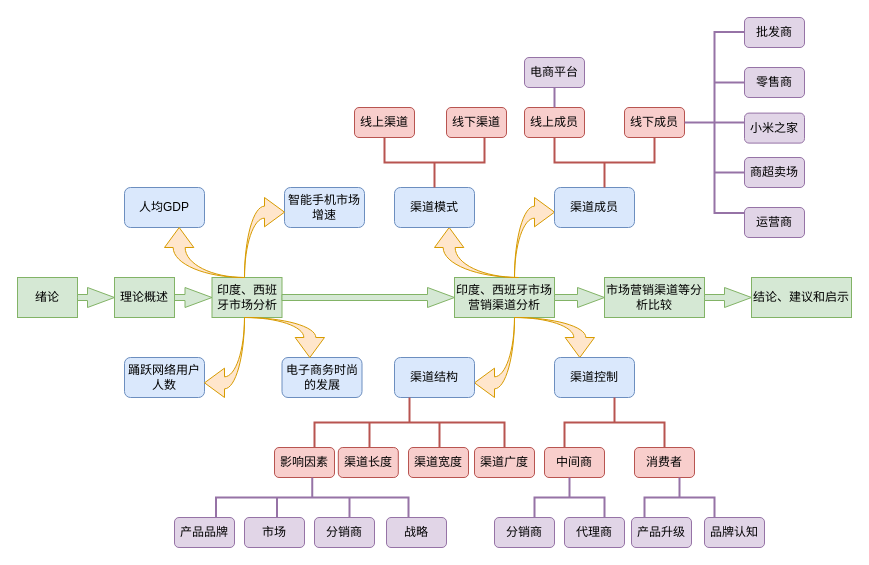
zengjiamin8436/cexample keeps this draw.io diagram as Untitled Diagram.drawio. Above is the earlier version. Source tidied: cells renumbered, new cells numbered last; positions are measured from the earlier drawing's top-left corner, leaving out a move shared by most shapes. Both pictures are drawn from the tidied source at 100%, with x=0, y=0 at pixel (17, 17).
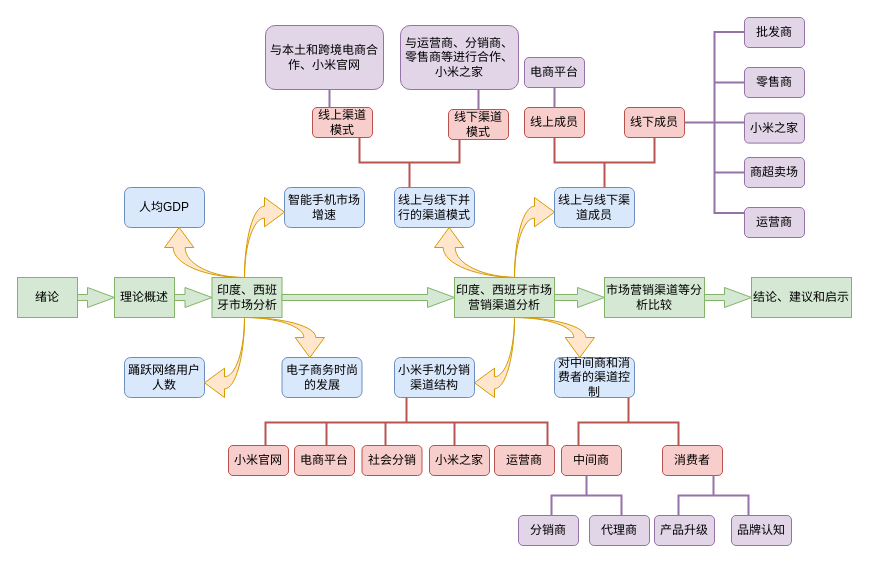
The same page after the edit.

Change to the diagram source:
```diff
@@
-    <mxCell id="25" value="渠道模式" style="rounded=1;whiteSpace=wrap;html=1;fillColor=#dae8fc;strokeColor=#6c8ebf;" parent="1" vertex="1">
+    <mxCell id="25" value="线上与线下并行的渠道模式" style="rounded=1;whiteSpace=wrap;html=1;fillColor=#dae8fc;strokeColor=#6c8ebf;" parent="1" vertex="1">
       <mxGeometry x="377" y="170" width="80" height="40" as="geometry" />
     </mxCell>
-    <mxCell id="26" value="渠道成员" style="rounded=1;whiteSpace=wrap;html=1;fillColor=#dae8fc;strokeColor=#6c8ebf;" parent="1" vertex="1">
+    <mxCell id="26" value="线上与线下渠道成员" style="rounded=1;whiteSpace=wrap;html=1;fillColor=#dae8fc;strokeColor=#6c8ebf;" parent="1" vertex="1">
       <mxGeometry x="537" y="170" width="80" height="40" as="geometry" />
     </mxCell>
-    <mxCell id="27" value="渠道结构" style="rounded=1;whiteSpace=wrap;html=1;fillColor=#dae8fc;strokeColor=#6c8ebf;" parent="1" vertex="1">
+    <mxCell id="27" value="小米手机分销渠道结构" style="rounded=1;whiteSpace=wrap;html=1;fillColor=#dae8fc;strokeColor=#6c8ebf;" parent="1" vertex="1">
       <mxGeometry x="377" y="340" width="80" height="40" as="geometry" />
     </mxCell>
-    <mxCell id="28" value="渠道控制" style="rounded=1;whiteSpace=wrap;html=1;fillColor=#dae8fc;strokeColor=#6c8ebf;" parent="1" vertex="1">
+    <mxCell id="28" value="对中间商和消费者的渠道控制" style="rounded=1;whiteSpace=wrap;html=1;fillColor=#dae8fc;strokeColor=#6c8ebf;" parent="1" vertex="1">
       <mxGeometry x="537" y="340" width="80" height="40" as="geometry" />
     </mxCell>
     <mxCell id="29" style="strokeWidth=2;html=1;shape=mxgraph.flowchart.annotation_2;align=left;labelPosition=right;direction=north;fillColor=#f8cecc;strokeColor=#b85450;" parent="1" vertex="1">
-      <mxGeometry x="367" y="120" width="100" height="50" as="geometry" />
+      <mxGeometry x="342" y="120" width="100" height="50" as="geometry" />
     </mxCell>
-    <mxCell id="30" value="线上渠道" style="rounded=1;whiteSpace=wrap;html=1;fillColor=#f8cecc;strokeColor=#b85450;" parent="1" vertex="1">
-      <mxGeometry x="337" y="90" width="60" height="30" as="geometry" />
+    <mxCell id="30" value="线上渠道模式" style="rounded=1;whiteSpace=wrap;html=1;fillColor=#f8cecc;strokeColor=#b85450;" parent="1" vertex="1">
+      <mxGeometry x="295" y="90" width="60" height="30" as="geometry" />
     </mxCell>
-    <mxCell id="31" value="线下渠道" style="rounded=1;whiteSpace=wrap;html=1;fillColor=#f8cecc;strokeColor=#b85450;" parent="1" vertex="1">
-      <mxGeometry x="429" y="90" width="60" height="30" as="geometry" />
+    <mxCell id="31" value="线下渠道模式" style="rounded=1;whiteSpace=wrap;html=1;fillColor=#f8cecc;strokeColor=#b85450;" parent="1" vertex="1">
+      <mxGeometry x="431" y="92" width="60" height="30" as="geometry" />
     </mxCell>
@@
     <mxCell id="46" style="strokeWidth=2;html=1;shape=mxgraph.flowchart.annotation_2;align=left;labelPosition=right;direction=south;fillColor=#f8cecc;strokeColor=#b85450;" parent="1" vertex="1">
-      <mxGeometry x="297" y="380" width="190" height="50" as="geometry" />
+      <mxGeometry x="248" y="380" width="282" height="50" as="geometry" />
     </mxCell>
     <mxCell id="47" style="strokeWidth=2;html=1;shape=mxgraph.flowchart.annotation_2;align=left;labelPosition=right;direction=south;fillColor=#f8cecc;strokeColor=#b85450;" parent="1" vertex="1">
-      <mxGeometry x="547" y="380" width="100" height="50" as="geometry" />
+      <mxGeometry x="561" y="380" width="100" height="50" as="geometry" />
     </mxCell>
     <mxCell id="48" value="中间商" style="rounded=1;whiteSpace=wrap;html=1;fillColor=#f8cecc;strokeColor=#b85450;" parent="1" vertex="1">
-      <mxGeometry x="527" y="430" width="60" height="30" as="geometry" />
+      <mxGeometry x="544" y="428" width="60" height="30" as="geometry" />
     </mxCell>
     <mxCell id="49" value="消费者" style="rounded=1;whiteSpace=wrap;html=1;fillColor=#f8cecc;strokeColor=#b85450;" parent="1" vertex="1">
-      <mxGeometry x="617" y="430" width="60" height="30" as="geometry" />
+      <mxGeometry x="645" y="428" width="60" height="30" as="geometry" />
     </mxCell>
     <mxCell id="50" style="strokeWidth=2;html=1;shape=mxgraph.flowchart.annotation_2;align=left;labelPosition=right;direction=south;fillColor=#e1d5e7;strokeColor=#9673a6;" parent="1" vertex="1">
-      <mxGeometry x="517" y="460" width="70" height="40" as="geometry" />
+      <mxGeometry x="534" y="458" width="70" height="40" as="geometry" />
     </mxCell>
     <mxCell id="51" value="分销商" style="rounded=1;whiteSpace=wrap;html=1;fillColor=#e1d5e7;strokeColor=#9673a6;" parent="1" vertex="1">
-      <mxGeometry x="477" y="500" width="60" height="30" as="geometry" />
+      <mxGeometry x="501" y="498" width="60" height="30" as="geometry" />
     </mxCell>
     <mxCell id="52" value="代理商" style="rounded=1;whiteSpace=wrap;html=1;fillColor=#e1d5e7;strokeColor=#9673a6;" parent="1" vertex="1">
-      <mxGeometry x="547" y="500" width="60" height="30" as="geometry" />
+      <mxGeometry x="572" y="498" width="60" height="30" as="geometry" />
     </mxCell>
     <mxCell id="53" style="strokeWidth=2;html=1;shape=mxgraph.flowchart.annotation_2;align=left;labelPosition=right;direction=south;fillColor=#e1d5e7;strokeColor=#9673a6;" parent="1" vertex="1">
-      <mxGeometry x="627" y="460" width="70" height="40" as="geometry" />
+      <mxGeometry x="661" y="458" width="70" height="40" as="geometry" />
     </mxCell>
     <mxCell id="54" value="产品升级" style="rounded=1;whiteSpace=wrap;html=1;fillColor=#e1d5e7;strokeColor=#9673a6;" parent="1" vertex="1">
-      <mxGeometry x="614" y="500" width="60" height="30" as="geometry" />
+      <mxGeometry x="637" y="498" width="60" height="30" as="geometry" />
     </mxCell>
     <mxCell id="55" value="品牌认知" style="rounded=1;whiteSpace=wrap;html=1;fillColor=#e1d5e7;strokeColor=#9673a6;" parent="1" vertex="1">
-      <mxGeometry x="687" y="500" width="60" height="30" as="geometry" />
+      <mxGeometry x="714" y="498" width="60" height="30" as="geometry" />
     </mxCell>
     <mxCell id="56" style="line;strokeWidth=2;direction=south;html=1;fillColor=#f8cecc;strokeColor=#b85450;" parent="1" vertex="1">
-      <mxGeometry x="347" y="405" width="10" height="25" as="geometry" />
+      <mxGeometry x="363" y="405" width="10" height="25" as="geometry" />
     </mxCell>
     <mxCell id="57" style="line;strokeWidth=2;direction=south;html=1;fillColor=#f8cecc;strokeColor=#b85450;" parent="1" vertex="1">
-      <mxGeometry x="417" y="405" width="10" height="25" as="geometry" />
+      <mxGeometry x="432" y="405" width="10" height="25" as="geometry" />
     </mxCell>
-    <mxCell id="58" value="影响因素" style="rounded=1;whiteSpace=wrap;html=1;fillColor=#f8cecc;strokeColor=#b85450;" parent="1" vertex="1">
-      <mxGeometry x="257" y="430" width="60" height="30" as="geometry" />
+    <mxCell id="58" value="小米官网" style="rounded=1;whiteSpace=wrap;html=1;fillColor=#f8cecc;strokeColor=#b85450;" parent="1" vertex="1">
+      <mxGeometry x="211" y="428" width="60" height="30" as="geometry" />
     </mxCell>
-    <mxCell id="59" value="渠道长度" style="rounded=1;whiteSpace=wrap;html=1;fillColor=#f8cecc;strokeColor=#b85450;" parent="1" vertex="1">
-      <mxGeometry x="320.8" y="430" width="60" height="30" as="geometry" />
+    <mxCell id="59" value="社会分销" style="rounded=1;whiteSpace=wrap;html=1;fillColor=#f8cecc;strokeColor=#b85450;" parent="1" vertex="1">
+      <mxGeometry x="344.5" y="428" width="60" height="30" as="geometry" />
     </mxCell>
-    <mxCell id="60" value="渠道宽度" style="rounded=1;whiteSpace=wrap;html=1;fillColor=#f8cecc;strokeColor=#b85450;" parent="1" vertex="1">
-      <mxGeometry x="391" y="430" width="60" height="30" as="geometry" />
+    <mxCell id="60" value="小米之家" style="rounded=1;whiteSpace=wrap;html=1;fillColor=#f8cecc;strokeColor=#b85450;" parent="1" vertex="1">
+      <mxGeometry x="412" y="428" width="60" height="30" as="geometry" />
     </mxCell>
-    <mxCell id="61" value="渠道广度" style="rounded=1;whiteSpace=wrap;html=1;fillColor=#f8cecc;strokeColor=#b85450;" parent="1" vertex="1">
-      <mxGeometry x="457" y="430" width="60" height="30" as="geometry" />
+    <mxCell id="61" value="运营商" style="rounded=1;whiteSpace=wrap;html=1;fillColor=#f8cecc;strokeColor=#b85450;" parent="1" vertex="1">
+      <mxGeometry x="477" y="428" width="60" height="30" as="geometry" />
     </mxCell>
-    <mxCell id="62" style="strokeWidth=2;html=1;shape=mxgraph.flowchart.annotation_2;align=left;labelPosition=right;direction=south;fillColor=#e1d5e7;strokeColor=#9673a6;" parent="1" vertex="1">
-      <mxGeometry x="198.5" y="460" width="192.5" height="40" as="geometry" />
-    </mxCell>
-    <mxCell id="63" value="产品品牌" style="rounded=1;whiteSpace=wrap;html=1;fillColor=#e1d5e7;strokeColor=#9673a6;" parent="1" vertex="1">
-      <mxGeometry x="157" y="500" width="60" height="30" as="geometry" />
-    </mxCell>
-    <mxCell id="64" style="line;strokeWidth=2;direction=south;html=1;fillColor=#e1d5e7;strokeColor=#9673a6;" parent="1" vertex="1">
-      <mxGeometry x="254.5" y="480" width="10" height="20" as="geometry" />
-    </mxCell>
-    <mxCell id="65" value="市场" style="rounded=1;whiteSpace=wrap;html=1;fillColor=#e1d5e7;strokeColor=#9673a6;" parent="1" vertex="1">
-      <mxGeometry x="227" y="500" width="60" height="30" as="geometry" />
-    </mxCell>
-    <mxCell id="66" style="line;strokeWidth=2;direction=south;html=1;fillColor=#e1d5e7;strokeColor=#9673a6;" parent="1" vertex="1">
-      <mxGeometry x="327" y="480" width="10" height="20" as="geometry" />
-    </mxCell>
-    <mxCell id="67" value="分销商" style="rounded=1;whiteSpace=wrap;html=1;fillColor=#e1d5e7;strokeColor=#9673a6;" parent="1" vertex="1">
-      <mxGeometry x="297" y="500" width="60" height="30" as="geometry" />
-    </mxCell>
-    <mxCell id="68" value="战略" style="rounded=1;whiteSpace=wrap;html=1;fillColor=#e1d5e7;strokeColor=#9673a6;" parent="1" vertex="1">
-      <mxGeometry x="369" y="500" width="60" height="30" as="geometry" />
-    </mxCell>
+    <mxCell id="69" style="line;strokeWidth=2;direction=south;html=1;fillColor=#e1d5e7;strokeColor=#9673a6;" parent="1" vertex="1">
+      <mxGeometry x="307" y="70" width="10" height="20" as="geometry" />
+    </mxCell>
+    <mxCell id="70" value="与运营商、分销商、零售商等进行合作、小米之家" style="rounded=1;whiteSpace=wrap;html=1;fillColor=#e1d5e7;strokeColor=#9673a6;" parent="1" vertex="1">
+      <mxGeometry x="383" y="8" width="118" height="64" as="geometry" />
+    </mxCell>
+    <mxCell id="71" style="line;strokeWidth=2;direction=south;html=1;fillColor=#e1d5e7;strokeColor=#9673a6;" parent="1" vertex="1">
+      <mxGeometry x="456" y="72" width="10" height="20" as="geometry" />
+    </mxCell>
+    <mxCell id="72" value="与本土和跨境电商合作、小米官网" style="rounded=1;whiteSpace=wrap;html=1;fillColor=#e1d5e7;strokeColor=#9673a6;" parent="1" vertex="1">
+      <mxGeometry x="248" y="8" width="118" height="64" as="geometry" />
+    </mxCell>
+    <mxCell id="73" style="line;strokeWidth=2;direction=south;html=1;fillColor=#f8cecc;strokeColor=#b85450;" parent="1" vertex="1">
+      <mxGeometry x="304" y="405" width="10" height="25" as="geometry" />
+    </mxCell>
+    <mxCell id="74" value="电商平台" style="rounded=1;whiteSpace=wrap;html=1;fillColor=#f8cecc;strokeColor=#b85450;" parent="1" vertex="1">
+      <mxGeometry x="277" y="428" width="60" height="30" as="geometry" />
+    </mxCell>
```
